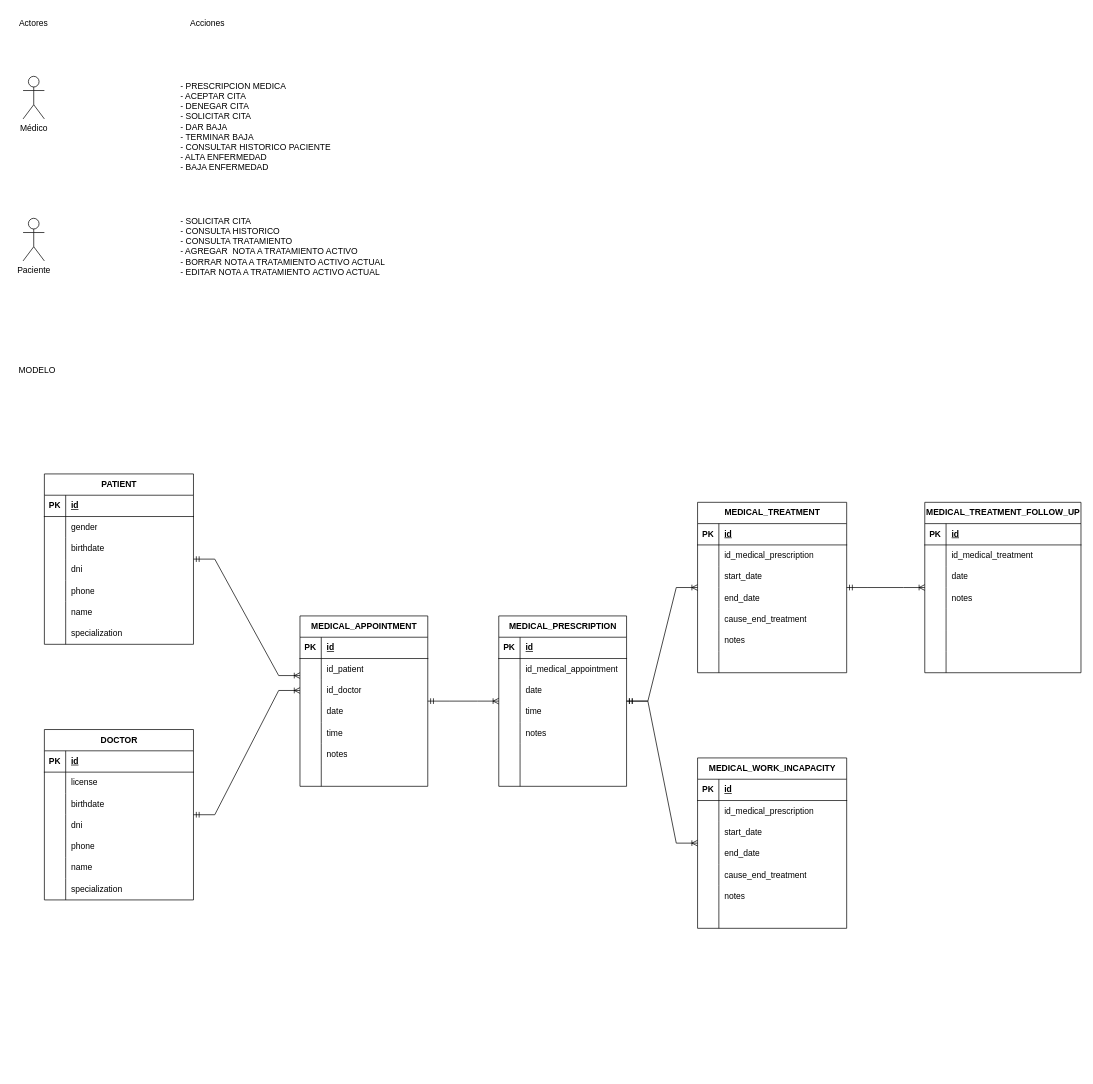
fyerte/medicalfollow-diagram keeps this draw.io diagram as MEDICALFOLLOW.drawio. Above is the earlier version. Source tidied: cells renumbered, new cells numbered last; positions are measured from the earlier drawing's top-left corner, leaving out a move shared by most shapes. Both pictures are drawn from the tidied source at 71%, with x=0, y=0 at pixel (12, 12).
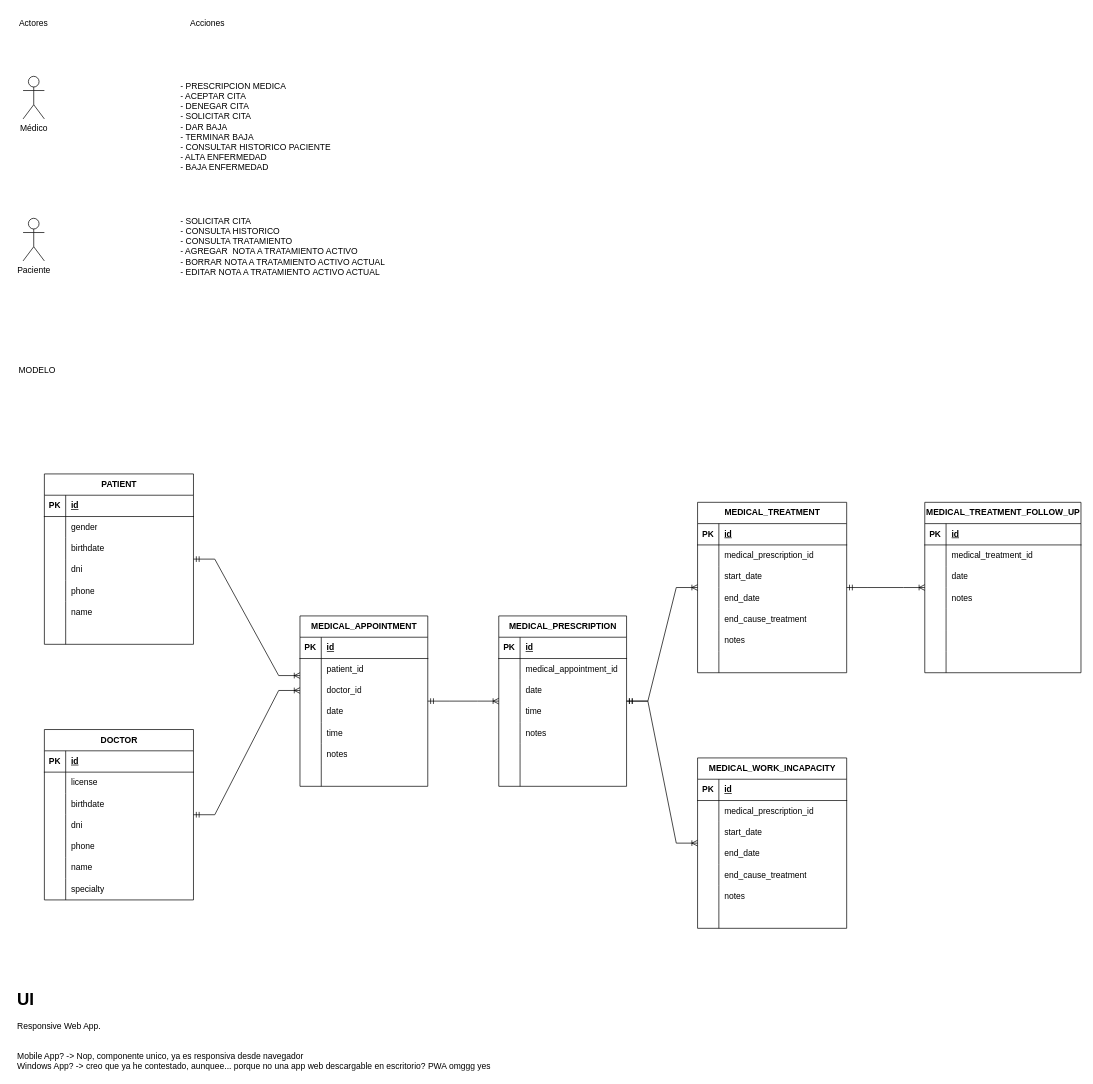
Above is the later version.

Unchanged cells that the change refers to:
```xml
<mxCell id="13" style="shape=tableRow;horizontal=0;startSize=0;swimlaneHead=0;swimlaneBody=0;fillColor=none;points=[[0,0.5],[1,0.5]];portConstraint=eastwest;top=0;left=0;right=0;bottom=0;" parent="9" vertex="1">
  <mxGeometry y="60" width="180" height="30" as="geometry" />
</mxCell>
<mxCell id="16" style="shape=tableRow;horizontal=0;startSize=0;swimlaneHead=0;swimlaneBody=0;fillColor=none;points=[[0,0.5],[1,0.5]];portConstraint=eastwest;top=0;left=0;right=0;bottom=0;" parent="9" vertex="1">
  <mxGeometry y="90" width="180" height="30" as="geometry" />
</mxCell>
<mxCell id="35" style="shape=tableRow;horizontal=0;startSize=0;swimlaneHead=0;swimlaneBody=0;fillColor=none;top=0;left=0;right=0;bottom=0;" parent="31" vertex="1">
  <mxGeometry y="60" width="180" height="30" as="geometry" />
</mxCell>
<mxCell id="57" style="shape=tableRow;horizontal=0;startSize=0;swimlaneHead=0;swimlaneBody=0;fillColor=none;top=0;left=0;right=0;bottom=0;" parent="53" vertex="1">
  <mxGeometry y="60" width="210" height="30" as="geometry" />
</mxCell>
<mxCell id="66" style="shape=tableRow;horizontal=0;startSize=0;swimlaneHead=0;swimlaneBody=0;fillColor=none;top=0;left=0;right=0;bottom=0;" parent="53" vertex="1">
  <mxGeometry y="150" width="210" height="30" as="geometry" />
</mxCell>
<mxCell id="79" style="shape=tableRow;horizontal=0;startSize=0;swimlaneHead=0;swimlaneBody=0;fillColor=none;top=0;left=0;right=0;bottom=0;" parent="75" vertex="1">
  <mxGeometry y="60" width="220" height="30" as="geometry" />
</mxCell>
<mxCell id="101" style="shape=tableRow;horizontal=0;startSize=0;swimlaneHead=0;swimlaneBody=0;fillColor=none;top=0;left=0;right=0;bottom=0;" parent="97" vertex="1">
  <mxGeometry y="60" width="210" height="30" as="geometry" />
</mxCell>
<mxCell id="110" style="shape=tableRow;horizontal=0;startSize=0;swimlaneHead=0;swimlaneBody=0;fillColor=none;top=0;left=0;right=0;bottom=0;" parent="97" vertex="1">
  <mxGeometry y="150" width="210" height="30" as="geometry" />
</mxCell>
<mxCell id="138" style="shape=tableRow;horizontal=0;startSize=0;swimlaneHead=0;swimlaneBody=0;fillColor=none;top=0;left=0;right=0;bottom=0;" parent="119" vertex="1">
  <mxGeometry y="210" width="210" height="30" as="geometry" />
</mxCell>
<mxCell id="160" style="shape=tableRow;horizontal=0;startSize=0;swimlaneHead=0;swimlaneBody=0;fillColor=none;top=0;left=0;right=0;bottom=0;" parent="141" vertex="1">
  <mxGeometry y="210" width="210" height="30" as="geometry" />
</mxCell>
```

The edit, as a diff of the source:
```diff
@@
-    <mxCell id="15" value="&lt;div&gt;id_patient&lt;/div&gt;" style="shape=partialRectangle;fillColor=none;top=0;left=0;bottom=0;right=0;align=left;spacingLeft=6;overflow=hidden;whiteSpace=wrap;html=1;" parent="13" vertex="1">
+    <mxCell id="15" value="&lt;div&gt;patient_id&lt;/div&gt;" style="shape=partialRectangle;fillColor=none;top=0;left=0;bottom=0;right=0;align=left;spacingLeft=6;overflow=hidden;whiteSpace=wrap;html=1;" parent="13" vertex="1">
       <mxGeometry x="30" width="150" height="30" as="geometry" />
     </mxCell>
@@
-    <mxCell id="18" value="id_doctor" style="shape=partialRectangle;fillColor=none;top=0;left=0;bottom=0;right=0;align=left;spacingLeft=6;overflow=hidden;whiteSpace=wrap;html=1;" parent="16" vertex="1">
+    <mxCell id="18" value="&lt;div&gt;doctor_id&lt;/div&gt;" style="shape=partialRectangle;fillColor=none;top=0;left=0;bottom=0;right=0;align=left;spacingLeft=6;overflow=hidden;whiteSpace=wrap;html=1;" parent="16" vertex="1">
       <mxGeometry x="30" width="150" height="30" as="geometry" />
     </mxCell>
@@
-    <mxCell id="37" value="&lt;div&gt;id_medical_appointment&lt;/div&gt;" style="shape=partialRectangle;fillColor=none;top=0;left=0;bottom=0;right=0;align=left;spacingLeft=6;overflow=hidden;whiteSpace=wrap;html=1;" parent="35" vertex="1">
+    <mxCell id="37" value="&lt;div&gt;medical_appointment_id&lt;/div&gt;" style="shape=partialRectangle;fillColor=none;top=0;left=0;bottom=0;right=0;align=left;spacingLeft=6;overflow=hidden;whiteSpace=wrap;html=1;" parent="35" vertex="1">
       <mxGeometry x="30" width="150" height="30" as="geometry" />
     </mxCell>
@@
-    <mxCell id="59" value="&lt;div&gt;id_medical_prescription&lt;/div&gt;" style="shape=partialRectangle;fillColor=none;top=0;left=0;bottom=0;right=0;align=left;spacingLeft=6;overflow=hidden;whiteSpace=wrap;html=1;" parent="57" vertex="1">
+    <mxCell id="59" value="&lt;div&gt;medical_prescription_id&lt;/div&gt;" style="shape=partialRectangle;fillColor=none;top=0;left=0;bottom=0;right=0;align=left;spacingLeft=6;overflow=hidden;whiteSpace=wrap;html=1;" parent="57" vertex="1">
       <mxGeometry x="30" width="180" height="30" as="geometry" />
     </mxCell>
@@
-    <mxCell id="68" value="&lt;div&gt;cause_end_treatment&lt;/div&gt;" style="shape=partialRectangle;fillColor=none;top=0;left=0;bottom=0;right=0;align=left;spacingLeft=6;overflow=hidden;whiteSpace=wrap;html=1;" parent="66" vertex="1">
+    <mxCell id="68" value="&lt;div&gt;end_cause_treatment&lt;/div&gt;" style="shape=partialRectangle;fillColor=none;top=0;left=0;bottom=0;right=0;align=left;spacingLeft=6;overflow=hidden;whiteSpace=wrap;html=1;" parent="66" vertex="1">
       <mxGeometry x="30" width="180" height="30" as="geometry" />
     </mxCell>
@@
-    <mxCell id="81" value="&lt;div&gt;id_medical_treatment&lt;/div&gt;" style="shape=partialRectangle;fillColor=none;top=0;left=0;bottom=0;right=0;align=left;spacingLeft=6;overflow=hidden;whiteSpace=wrap;html=1;" parent="79" vertex="1">
+    <mxCell id="81" value="&lt;div&gt;medical_treatment_id&lt;/div&gt;" style="shape=partialRectangle;fillColor=none;top=0;left=0;bottom=0;right=0;align=left;spacingLeft=6;overflow=hidden;whiteSpace=wrap;html=1;" parent="79" vertex="1">
       <mxGeometry x="30" width="190" height="30" as="geometry" />
     </mxCell>
@@
-    <mxCell id="103" value="&lt;div&gt;id_medical_prescription&lt;/div&gt;" style="shape=partialRectangle;fillColor=none;top=0;left=0;bottom=0;right=0;align=left;spacingLeft=6;overflow=hidden;whiteSpace=wrap;html=1;" parent="101" vertex="1">
+    <mxCell id="103" value="&lt;div&gt;medical_prescription_id&lt;/div&gt;" style="shape=partialRectangle;fillColor=none;top=0;left=0;bottom=0;right=0;align=left;spacingLeft=6;overflow=hidden;whiteSpace=wrap;html=1;" parent="101" vertex="1">
       <mxGeometry x="30" width="180" height="30" as="geometry" />
     </mxCell>
@@
-    <mxCell id="112" value="&lt;div&gt;cause_end_treatment&lt;/div&gt;" style="shape=partialRectangle;fillColor=none;top=0;left=0;bottom=0;right=0;align=left;spacingLeft=6;overflow=hidden;whiteSpace=wrap;html=1;" parent="110" vertex="1">
+    <mxCell id="112" value="&lt;div&gt;end_cause_treatment&lt;/div&gt;" style="shape=partialRectangle;fillColor=none;top=0;left=0;bottom=0;right=0;align=left;spacingLeft=6;overflow=hidden;whiteSpace=wrap;html=1;" parent="110" vertex="1">
       <mxGeometry x="30" width="180" height="30" as="geometry" />
     </mxCell>
@@
-    <mxCell id="140" value="specialization" style="shape=partialRectangle;fillColor=none;top=0;left=0;bottom=0;right=0;align=left;spacingLeft=6;overflow=hidden;whiteSpace=wrap;html=1;" parent="138" vertex="1">
+    <mxCell id="140" value="specialty" style="shape=partialRectangle;fillColor=none;top=0;left=0;bottom=0;right=0;align=left;spacingLeft=6;overflow=hidden;whiteSpace=wrap;html=1;" parent="138" vertex="1">
       <mxGeometry x="30" width="180" height="30" as="geometry" />
     </mxCell>
@@
-    <mxCell id="162" value="specialization" style="shape=partialRectangle;fillColor=none;top=0;left=0;bottom=0;right=0;align=left;spacingLeft=6;overflow=hidden;whiteSpace=wrap;html=1;" parent="160" vertex="1">
+    <mxCell id="162" style="shape=partialRectangle;fillColor=none;top=0;left=0;bottom=0;right=0;align=left;spacingLeft=6;overflow=hidden;whiteSpace=wrap;html=1;" parent="160" vertex="1">
       <mxGeometry x="30" width="180" height="30" as="geometry" />
     </mxCell>
@@
+    <mxCell id="169" value="&lt;h1 style=&quot;margin-top: 0px;&quot;&gt;UI&lt;/h1&gt;&lt;p&gt;Responsive Web App.&lt;/p&gt;&lt;div&gt;&lt;br&gt;&lt;/div&gt;&lt;div&gt;Mobile App? -&amp;gt; Nop, componente unico, ya es responsiva desde navegador&lt;/div&gt;&lt;div&gt;Windows App? -&amp;gt; creo que ya he contestado, aunquee... porque no una app web descargable en escritorio? PWA omggg yes&lt;/div&gt;" style="text;html=1;whiteSpace=wrap;overflow=hidden;rounded=0;" parent="1" vertex="1">
+      <mxGeometry x="5" y="1370" width="720" height="120" as="geometry" />
+    </mxCell>
```
